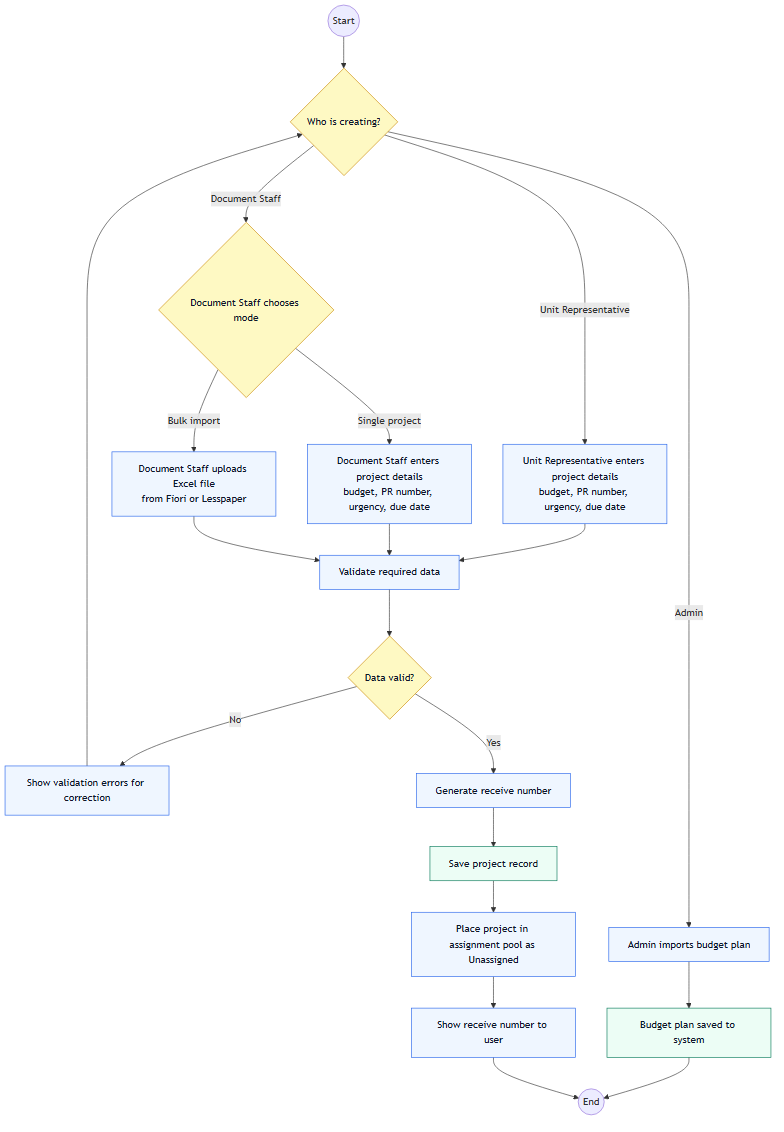
The Mermaid diagram report-diagrams/03-project-creation-activity.png in capmoo-capstone/report, before a commit. Its source is kept beside it as report-diagrams/03-project-creation-activity.mmd.
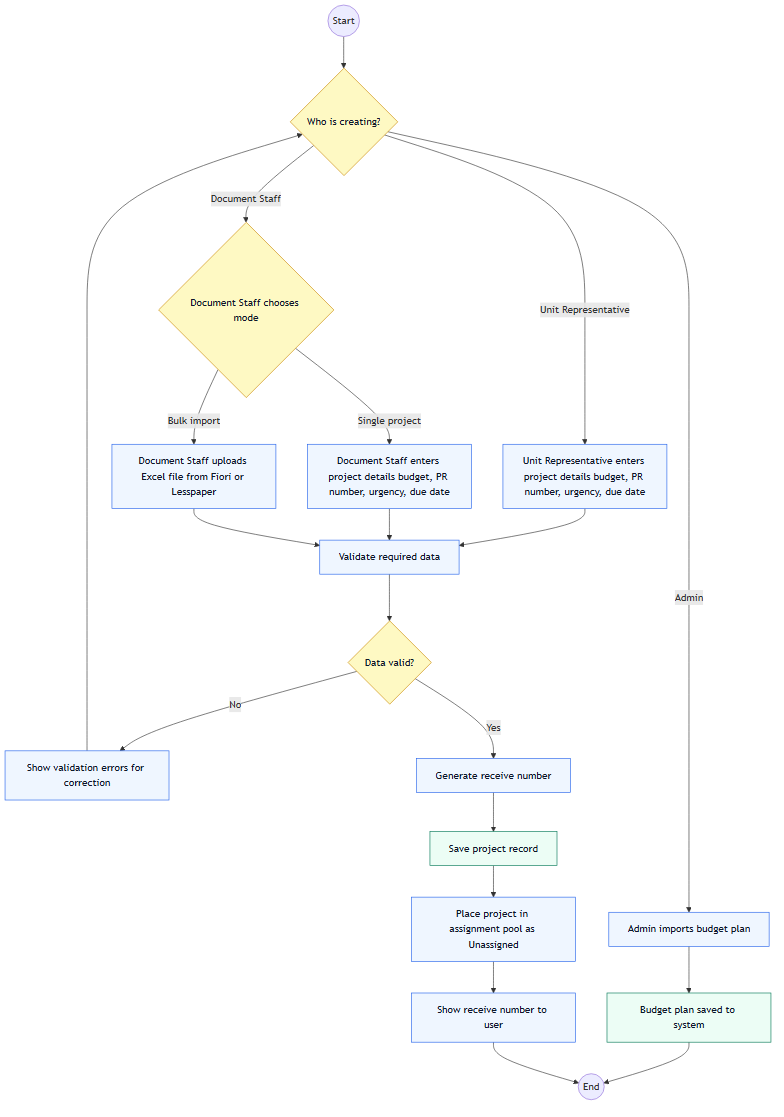
After the commit.

The edit, as a diff of the source:
```diff
@@ -9,10 +9,10 @@
     AdminImport["Admin imports budget plan"]:::action
     BudgetSaved["Budget plan saved to system"]:::data
 
-    UnitRepCreate["Unit Representative enters project details\nbudget, PR number, urgency, due date"]:::action
+    UnitRepCreate["Unit Representative enters project details budget, PR number, urgency, due date"]:::action
     DocStaffChoose{"Document Staff chooses mode"}:::decision
-    DocCreate["Document Staff enters project details\nbudget, PR number, urgency, due date"]:::action
-    DocBulk["Document Staff uploads Excel file\nfrom Fiori or Lesspaper"]:::action
+    DocCreate["Document Staff enters project details budget, PR number, urgency, due date"]:::action
+    DocBulk["Document Staff uploads Excel file from Fiori or Lesspaper"]:::action
 
     Validate["Validate required data"]:::action
     Valid{"Data valid?"}:::decision
```
